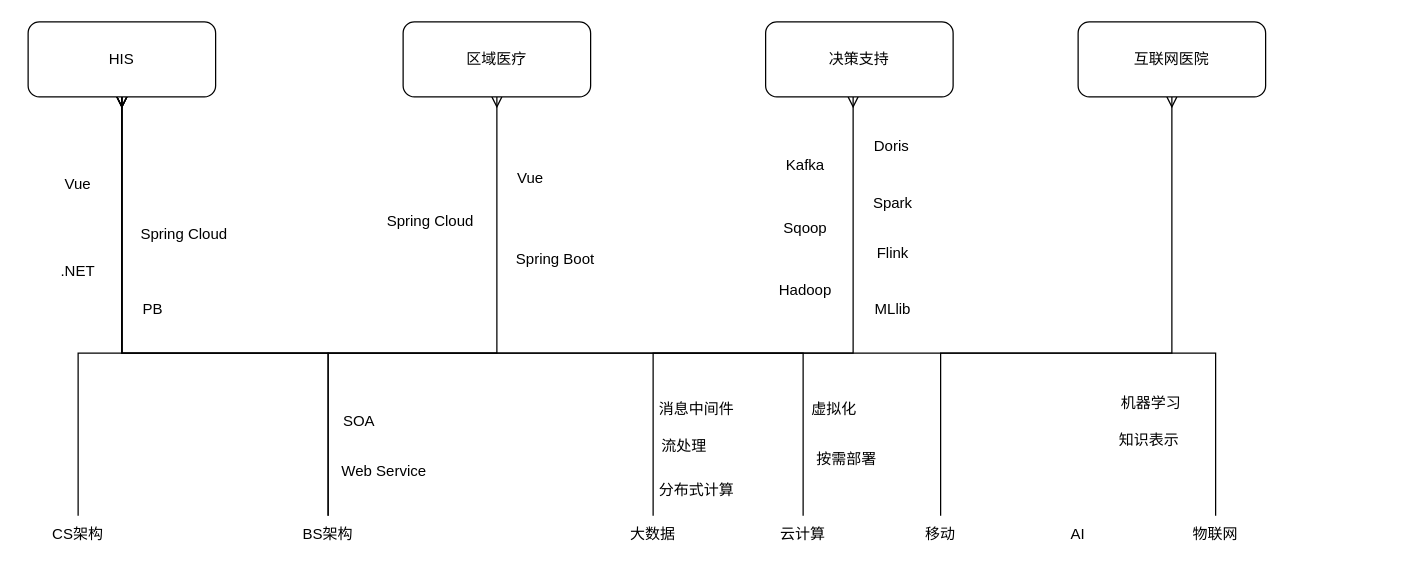
goylsf/image keeps this draw.io diagram as tech_spread.drawio. Above is the earlier version. Source tidied: cells renumbered, new cells numbered last; positions are measured from the earlier drawing's top-left corner, leaving out a move shared by most shapes. Both pictures are drawn from the tidied source at 125%, with x=0, y=0 at pixel (21, 21).
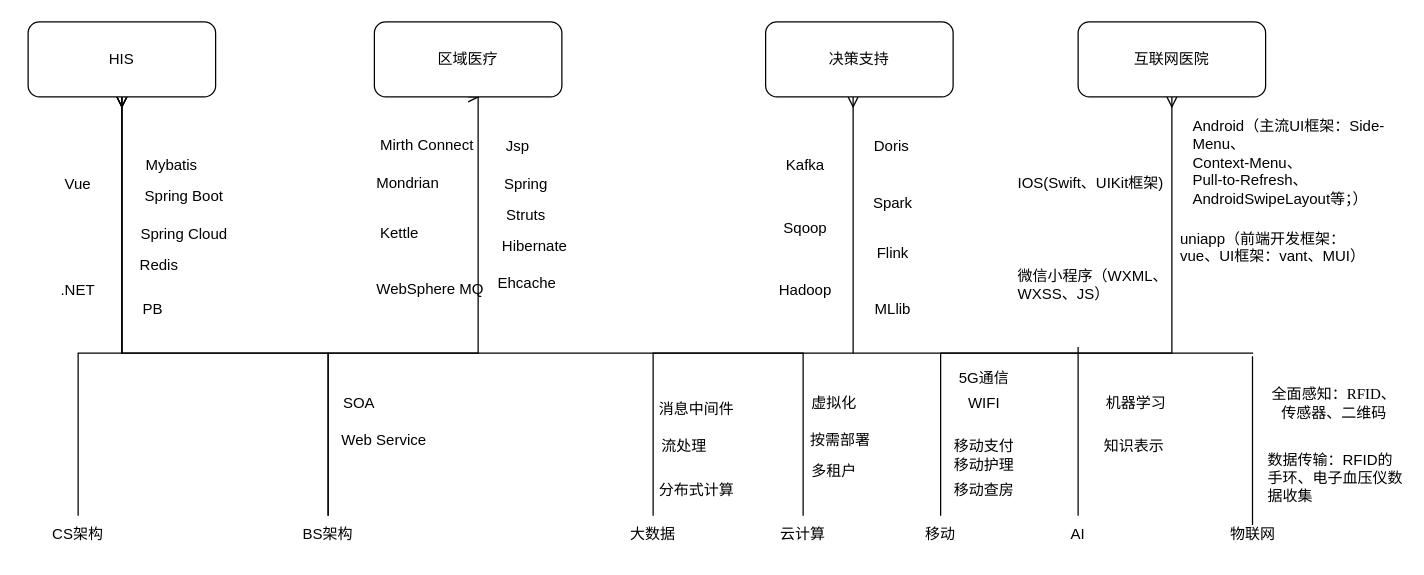
The same page after the edit.

Unchanged cells that the change refers to:
```xml
<mxCell id="6" value="BS架构" style="text;html=1;strokeColor=none;fillColor=none;align=center;verticalAlign=middle;whiteSpace=wrap;rounded=0;" parent="1" vertex="1">
  <mxGeometry x="215" y="395" width="60" height="30" as="geometry" />
</mxCell>
<mxCell id="13" value="AI" style="text;html=1;strokeColor=none;fillColor=none;align=center;verticalAlign=middle;whiteSpace=wrap;rounded=0;" parent="1" vertex="1">
  <mxGeometry x="815" y="395" width="60" height="30" as="geometry" />
</mxCell>
<mxCell id="16" value="HIS" style="rounded=1;whiteSpace=wrap;html=1;" parent="1" vertex="1">
  <mxGeometry x="5" width="150" height="60" as="geometry" />
</mxCell>
```

Change to the diagram source:
```diff
@@
     <mxCell id="5" style="edgeStyle=orthogonalEdgeStyle;rounded=0;jettySize=auto;html=1;exitX=0.5;exitY=0;exitDx=0;exitDy=0;entryX=0.5;entryY=1;entryDx=0;entryDy=0;endArrow=ERmany;endFill=0;" parent="1" edge="1" source="6" target="20">
       <mxGeometry relative="1" as="geometry">
         <Array as="points">
           <mxPoint x="245" y="265" />
-          <mxPoint x="380" y="265" />
+          <mxPoint x="365" y="265" />
+          <mxPoint x="365" y="60" />
         </Array>
       </mxGeometry>
     </mxCell>
@@
-    <mxCell id="14" style="edgeStyle=orthogonalEdgeStyle;rounded=0;jettySize=auto;html=1;exitX=0.5;exitY=0;exitDx=0;exitDy=0;entryX=0.5;entryY=1;entryDx=0;entryDy=0;endArrow=ERmany;endFill=0;" parent="1" edge="1" source="15" target="16">
-      <mxGeometry relative="1" as="geometry">
-        <Array as="points">
-          <mxPoint x="955" y="265" />
-          <mxPoint x="80" y="265" />
-        </Array>
-      </mxGeometry>
-    </mxCell>
     <mxCell id="15" value="物联网" style="text;html=1;strokeColor=none;fillColor=none;align=center;verticalAlign=middle;whiteSpace=wrap;rounded=0;" parent="1" vertex="1">
-      <mxGeometry x="925" y="395" width="60" height="30" as="geometry" />
+      <mxGeometry x="955" y="395" width="60" height="30" as="geometry" />
     </mxCell>
@@
     <mxCell id="18" value=".NET" style="text;html=1;strokeColor=none;fillColor=none;align=center;verticalAlign=middle;whiteSpace=wrap;rounded=0;" parent="1" vertex="1">
-      <mxGeometry x="15" y="185" width="60" height="30" as="geometry" />
+      <mxGeometry x="15" y="200" width="60" height="30" as="geometry" />
     </mxCell>
@@
     <mxCell id="20" value="区域医疗" style="rounded=1;whiteSpace=wrap;html=1;" parent="1" vertex="1">
-      <mxGeometry x="305" width="150" height="60" as="geometry" />
+      <mxGeometry x="282" width="150" height="60" as="geometry" />
     </mxCell>
-    <mxCell id="21" value="Spring Cloud" style="text;html=1;strokeColor=none;fillColor=none;align=center;verticalAlign=middle;whiteSpace=wrap;rounded=0;" parent="1" vertex="1">
-      <mxGeometry x="282" y="145" width="90" height="30" as="geometry" />
-    </mxCell>
-    <mxCell id="22" value="Spring Boot" style="text;html=1;strokeColor=none;fillColor=none;align=center;verticalAlign=middle;whiteSpace=wrap;rounded=0;" parent="1" vertex="1">
-      <mxGeometry x="382" y="175" width="90" height="30" as="geometry" />
+    <mxCell id="22" value="Spring" style="text;html=1;strokeColor=none;fillColor=none;align=center;verticalAlign=middle;whiteSpace=wrap;rounded=0;" parent="1" vertex="1">
+      <mxGeometry x="372" y="115" width="63" height="30" as="geometry" />
     </mxCell>
@@
     <mxCell id="25" value="SOA" style="text;html=1;strokeColor=none;fillColor=none;align=center;verticalAlign=middle;whiteSpace=wrap;rounded=0;" parent="1" vertex="1">
-      <mxGeometry x="225" y="305" width="90" height="30" as="geometry" />
+      <mxGeometry x="225" y="290" width="90" height="30" as="geometry" />
     </mxCell>
     <mxCell id="26" value="Web Service" style="text;html=1;strokeColor=none;fillColor=none;align=center;verticalAlign=middle;whiteSpace=wrap;rounded=0;" parent="1" vertex="1">
-      <mxGeometry x="245" y="345" width="90" height="30" as="geometry" />
+      <mxGeometry x="245" y="320" width="90" height="30" as="geometry" />
     </mxCell>
     <mxCell id="27" value="虚拟化" style="text;html=1;strokeColor=none;fillColor=none;align=center;verticalAlign=middle;whiteSpace=wrap;rounded=0;" parent="1" vertex="1">
-      <mxGeometry x="605" y="295" width="90" height="30" as="geometry" />
+      <mxGeometry x="605" y="290" width="90" height="30" as="geometry" />
     </mxCell>
     <mxCell id="28" value="按需部署" style="text;html=1;strokeColor=none;fillColor=none;align=center;verticalAlign=middle;whiteSpace=wrap;rounded=0;" parent="1" vertex="1">
-      <mxGeometry x="615" y="335" width="90" height="30" as="geometry" />
+      <mxGeometry x="615" y="320" width="80" height="30" as="geometry" />
     </mxCell>
@@
-    <mxCell id="35" value="Vue" style="text;html=1;strokeColor=none;fillColor=none;align=center;verticalAlign=middle;whiteSpace=wrap;rounded=0;" parent="1" vertex="1">
-      <mxGeometry x="362" y="110" width="90" height="30" as="geometry" />
+    <mxCell id="35" value="Jsp" style="text;html=1;strokeColor=none;fillColor=none;align=center;verticalAlign=middle;whiteSpace=wrap;rounded=0;" parent="1" vertex="1">
+      <mxGeometry x="352" y="85" width="90" height="30" as="geometry" />
     </mxCell>
@@
     <mxCell id="41" value="&amp;nbsp;机器学习" style="text;html=1;strokeColor=none;fillColor=none;align=center;verticalAlign=middle;whiteSpace=wrap;rounded=0;" parent="1" vertex="1">
-      <mxGeometry x="857" y="290" width="90" height="30" as="geometry" />
+      <mxGeometry x="845" y="290" width="90" height="30" as="geometry" />
     </mxCell>
     <mxCell id="42" value="知识表示" style="text;html=1;strokeColor=none;fillColor=none;align=center;verticalAlign=middle;whiteSpace=wrap;rounded=0;" parent="1" vertex="1">
-      <mxGeometry x="857" y="320" width="90" height="30" as="geometry" />
+      <mxGeometry x="845" y="325" width="90" height="30" as="geometry" />
     </mxCell>
+    <mxCell id="43" style="endArrow=none;html=1;rounded=0;exitX=0.5;exitY=0;exitDx=0;exitDy=0;" parent="1" edge="1" source="13">
+      <mxGeometry relative="1" as="geometry">
+        <mxPoint x="845" y="260" as="targetPoint" />
+      </mxGeometry>
+    </mxCell>
+    <mxCell id="44" value="Android（主流UI框架：Side-Menu、&lt;br&gt;Context-Menu、&lt;br&gt;Pull-to-Refresh、&lt;br&gt;AndroidSwipeLayout等；）" style="text;whiteSpace=wrap;html=1;" parent="1" vertex="1">
+      <mxGeometry x="935" y="70" width="160" height="80" as="geometry" />
+    </mxCell>
+    <mxCell id="45" value="IOS(Swift、UIKit框架)" style="text;whiteSpace=wrap;html=1;" parent="1" vertex="1">
+      <mxGeometry x="795" y="115" width="120" height="40" as="geometry" />
+    </mxCell>
+    <mxCell id="46" value="uniapp（前端开发框架：vue、UI框架：vant、MUI）" style="text;whiteSpace=wrap;html=1;" parent="1" vertex="1">
+      <mxGeometry x="925" y="160" width="160" height="40" as="geometry" />
+    </mxCell>
+    <mxCell id="47" value="微信小程序（WXML、WXSS、JS）" style="text;whiteSpace=wrap;html=1;" parent="1" vertex="1">
+      <mxGeometry x="795" y="190" width="130" height="40" as="geometry" />
+    </mxCell>
+    <mxCell id="48" value="多租户" style="text;html=1;strokeColor=none;fillColor=none;align=center;verticalAlign=middle;whiteSpace=wrap;rounded=0;" parent="1" vertex="1">
+      <mxGeometry x="605" y="345" width="90" height="30" as="geometry" />
+    </mxCell>
+    <mxCell id="49" value="全面&lt;font style=&quot;font-size: 12px;&quot;&gt;感知：&lt;span style=&quot;font-family: &amp;quot;Times New Roman&amp;quot;; background-color: initial;&quot;&gt;RFID&lt;/span&gt;&lt;font style=&quot;background-color: initial; font-size: 12px;&quot; face=&quot;宋体&quot;&gt;、传感器、二维码&lt;/font&gt;&lt;/font&gt;" style="text;html=1;strokeColor=none;fillColor=none;align=center;verticalAlign=middle;whiteSpace=wrap;rounded=0;" parent="1" vertex="1">
+      <mxGeometry x="995" y="285" width="110" height="40" as="geometry" />
+    </mxCell>
+    <mxCell id="50" value="&lt;p class=&quot;MsoNormal&quot;&gt;&lt;span&gt;数据传输：RFID&lt;font face=&quot;宋体&quot;&gt;的手环、电子血压仪数据收集&lt;/font&gt;&lt;/span&gt;&lt;/p&gt;" style="text;whiteSpace=wrap;html=1;fontSize=12;" parent="1" vertex="1">
+      <mxGeometry x="995" y="325" width="110" height="60" as="geometry" />
+    </mxCell>
+    <mxCell id="51" value="移动支付" style="text;html=1;strokeColor=none;fillColor=none;align=center;verticalAlign=middle;whiteSpace=wrap;rounded=0;" parent="1" vertex="1">
+      <mxGeometry x="725" y="325" width="90" height="30" as="geometry" />
+    </mxCell>
+    <mxCell id="52" value="移动查房" style="text;html=1;strokeColor=none;fillColor=none;align=center;verticalAlign=middle;whiteSpace=wrap;rounded=0;" parent="1" vertex="1">
+      <mxGeometry x="725" y="360" width="90" height="30" as="geometry" />
+    </mxCell>
+    <mxCell id="53" value="移动护理" style="text;html=1;strokeColor=none;fillColor=none;align=center;verticalAlign=middle;whiteSpace=wrap;rounded=0;" parent="1" vertex="1">
+      <mxGeometry x="725" y="340" width="90" height="30" as="geometry" />
+    </mxCell>
+    <mxCell id="54" value="5G通信" style="text;html=1;strokeColor=none;fillColor=none;align=center;verticalAlign=middle;whiteSpace=wrap;rounded=0;" parent="1" vertex="1">
+      <mxGeometry x="725" y="270" width="90" height="30" as="geometry" />
+    </mxCell>
+    <mxCell id="55" value="WIFI" style="text;html=1;strokeColor=none;fillColor=none;align=center;verticalAlign=middle;whiteSpace=wrap;rounded=0;" parent="1" vertex="1">
+      <mxGeometry x="725" y="290" width="90" height="30" as="geometry" />
+    </mxCell>
+    <mxCell id="56" value="Mirth Connect" style="text;whiteSpace=wrap;html=1;fontSize=12;" parent="1" vertex="1">
+      <mxGeometry x="285" y="85" width="110" height="40" as="geometry" />
+    </mxCell>
+    <mxCell id="57" value="Mondrian" style="text;whiteSpace=wrap;html=1;fontSize=12;rotation=0;" parent="1" vertex="1">
+      <mxGeometry x="282" y="115" width="110" height="40" as="geometry" />
+    </mxCell>
+    <mxCell id="58" value="Kettle" style="text;whiteSpace=wrap;html=1;fontSize=12;" parent="1" vertex="1">
+      <mxGeometry x="285" y="155" width="110" height="40" as="geometry" />
+    </mxCell>
+    <mxCell id="59" value="WebSphere MQ" style="text;whiteSpace=wrap;html=1;fontSize=12;" parent="1" vertex="1">
+      <mxGeometry x="282" y="200" width="120" height="40" as="geometry" />
+    </mxCell>
+    <mxCell id="60" value="Struts" style="text;html=1;strokeColor=none;fillColor=none;align=center;verticalAlign=middle;whiteSpace=wrap;rounded=0;" parent="1" vertex="1">
+      <mxGeometry x="372" y="140" width="63" height="30" as="geometry" />
+    </mxCell>
+    <mxCell id="61" value="Hibernate" style="text;html=1;strokeColor=none;fillColor=none;align=center;verticalAlign=middle;whiteSpace=wrap;rounded=0;" parent="1" vertex="1">
+      <mxGeometry x="379" y="165" width="63" height="30" as="geometry" />
+    </mxCell>
+    <mxCell id="62" value="Ehcache" style="text;whiteSpace=wrap;html=1;fontSize=12;" parent="1" vertex="1">
+      <mxGeometry x="379" y="195" width="80" height="40" as="geometry" />
+    </mxCell>
+    <mxCell id="63" value="Redis" style="text;html=1;strokeColor=none;fillColor=none;align=center;verticalAlign=middle;whiteSpace=wrap;rounded=0;" parent="1" vertex="1">
+      <mxGeometry x="65" y="180" width="90" height="30" as="geometry" />
+    </mxCell>
+    <mxCell id="64" value="Spring Boot" style="text;html=1;strokeColor=none;fillColor=none;align=center;verticalAlign=middle;whiteSpace=wrap;rounded=0;" parent="1" vertex="1">
+      <mxGeometry x="85" y="125" width="90" height="30" as="geometry" />
+    </mxCell>
+    <mxCell id="65" value="Mybatis" style="text;html=1;strokeColor=none;fillColor=none;align=center;verticalAlign=middle;whiteSpace=wrap;rounded=0;" parent="1" vertex="1">
+      <mxGeometry x="75" y="100" width="90" height="30" as="geometry" />
+    </mxCell>
+    <mxCell id="66" style="endArrow=none;html=1;rounded=0;exitX=0.5;exitY=0;exitDx=0;exitDy=0;" parent="1" edge="1">
+      <mxGeometry relative="1" as="geometry">
+        <mxPoint x="984.5" y="402.5" as="sourcePoint" />
+        <mxPoint x="984.5" y="267.5" as="targetPoint" />
+      </mxGeometry>
+    </mxCell>
+    <mxCell id="67" style="endArrow=none;html=1;rounded=0;fontSize=12;" parent="1" edge="1">
+      <mxGeometry relative="1" as="geometry">
+        <mxPoint x="665" y="265" as="sourcePoint" />
+        <mxPoint x="985" y="265" as="targetPoint" />
+      </mxGeometry>
+    </mxCell>
```
